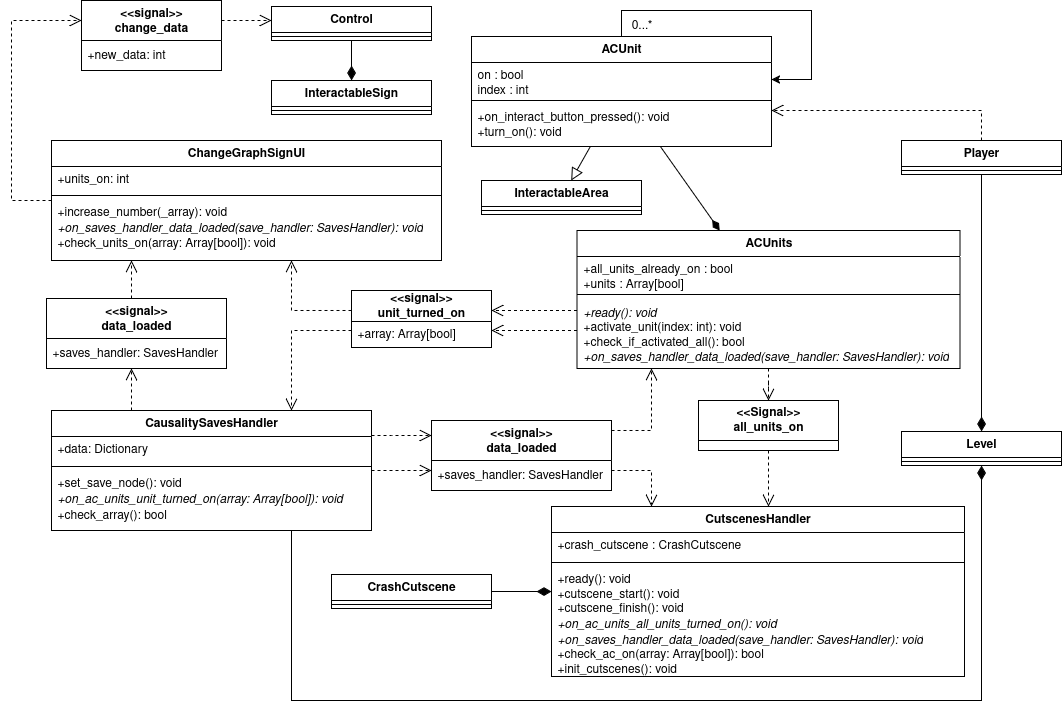
The draw.io diagram Documentazione/source/imgs/class-causality_level.png in fliposab/ProgettoStage, before a commit. Source tidied: cells renumbered, new cells last; positions are measured from the earlier drawing's top-left corner, leaving out a move shared by most shapes.
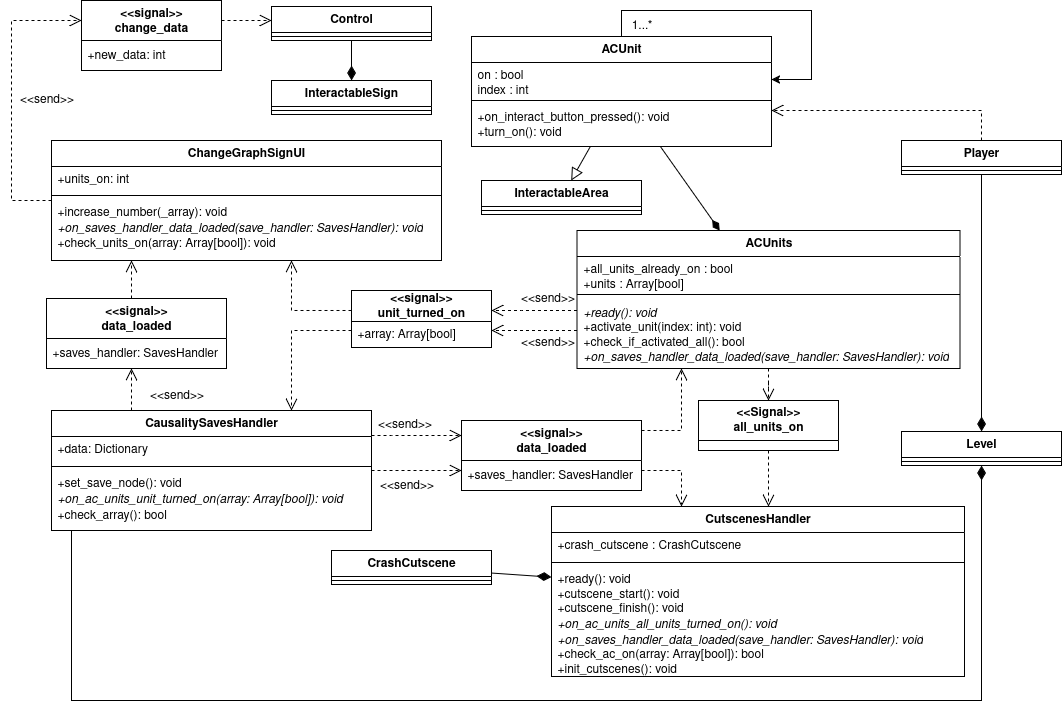
Later version of the same file.

What changed in the source:
```diff
@@ -99,7 +99,7 @@
     <mxCell id="27" style="edgeStyle=orthogonalEdgeStyle;rounded=0;jettySize=auto;html=1;dashed=1;endArrow=open;endFill=0;endSize=10;" parent="1" edge="1" source="59" target="5">
       <mxGeometry relative="1" as="geometry">
         <Array as="points">
-          <mxPoint x="640" y="430" />
+          <mxPoint x="670" y="430" />
         </Array>
       </mxGeometry>
     </mxCell>
@@ -156,14 +156,13 @@
     <mxCell id="40" style="rounded=0;jettySize=auto;html=1;endArrow=diamondThin;endFill=1;endSize=12;edgeStyle=orthogonalEdgeStyle;" parent="1" edge="1" source="30" target="38">
       <mxGeometry relative="1" as="geometry">
         <Array as="points">
-          <mxPoint x="280" y="463" />
-          <mxPoint x="280" y="700" />
+          <mxPoint x="60" y="700" />
           <mxPoint x="970" y="700" />
         </Array>
       </mxGeometry>
     </mxCell>
     <mxCell id="41" value="CrashCutscene" style="swimlane;fontStyle=1;align=center;verticalAlign=top;horizontal=1;startSize=26;whiteSpace=wrap;html=1;" parent="1" vertex="1">
-      <mxGeometry x="320" y="574" width="160" height="34" as="geometry" />
+      <mxGeometry x="320" y="550" width="160" height="34" as="geometry" />
     </mxCell>
     <mxCell id="42" style="line;strokeWidth=1;fillColor=none;align=left;verticalAlign=middle;spacingTop=-1;spacingLeft=3;spacingRight=3;labelPosition=right;strokeColor=inherit;" parent="41" vertex="1">
       <mxGeometry y="26" width="160" height="8" as="geometry" />
@@ -183,7 +182,7 @@
     <mxCell id="47" value="+increase_number(_array): void&lt;br&gt;&lt;i&gt;+on_saves_handler_data_loaded(save_handler: SavesHandler): void&lt;/i&gt;&lt;br&gt;+check_units_on(array: Array[bool]): void" style="text;strokeColor=none;fillColor=none;align=left;verticalAlign=top;spacingLeft=4;spacingRight=4;overflow=hidden;whiteSpace=wrap;html=1;" parent="44" vertex="1">
       <mxGeometry y="59" width="390" height="61" as="geometry" />
     </mxCell>
-    <mxCell id="48" value="0...*" style="text;html=1;align=center;verticalAlign=middle;strokeColor=none;fillColor=none;" parent="1" vertex="1">
+    <mxCell id="48" value="1...*" style="text;html=1;align=center;verticalAlign=middle;strokeColor=none;fillColor=none;" parent="1" vertex="1">
       <mxGeometry x="610" y="10" width="40" height="30" as="geometry" />
     </mxCell>
     <mxCell id="49" style="edgeStyle=orthogonalEdgeStyle;rounded=0;jettySize=auto;html=1;dashed=1;endArrow=open;endFill=0;endSize=10;" parent="1" edge="1" source="44" target="50">
@@ -237,7 +236,7 @@
       </mxGeometry>
     </mxCell>
     <mxCell id="59" value="&lt;div&gt;&lt;b&gt;&amp;lt;&amp;lt;signal&amp;gt;&amp;gt;&lt;/b&gt;&lt;/div&gt;&lt;div&gt;&lt;b&gt;data_loaded&lt;/b&gt;&lt;/div&gt;" style="swimlane;fontStyle=0;align=center;verticalAlign=top;horizontal=1;startSize=40;html=1;whiteSpace=wrap;" parent="1" vertex="1">
-      <mxGeometry x="420" y="420" width="180" height="70" as="geometry" />
+      <mxGeometry x="450" y="420" width="180" height="70" as="geometry" />
     </mxCell>
     <mxCell id="60" value="+saves_handler: SavesHandler" style="text;html=1;strokeColor=none;fillColor=none;align=left;verticalAlign=middle;spacingLeft=4;spacingRight=4;overflow=hidden;whiteSpace=wrap;" parent="59" vertex="1">
       <mxGeometry y="40" width="180" height="30" as="geometry" />
@@ -245,7 +244,7 @@
     <mxCell id="61" style="edgeStyle=orthogonalEdgeStyle;rounded=0;jettySize=auto;html=1;dashed=1;endArrow=open;endFill=0;endSize=10;" parent="1" edge="1" source="59" target="18">
       <mxGeometry relative="1" as="geometry">
         <Array as="points">
-          <mxPoint x="640" y="470" />
+          <mxPoint x="670" y="470" />
         </Array>
       </mxGeometry>
     </mxCell>
@@ -271,5 +270,23 @@
         </Array>
       </mxGeometry>
     </mxCell>
+    <mxCell id="66" value="&amp;lt;&amp;lt;send&amp;gt;&amp;gt;" style="text;html=1;align=center;verticalAlign=middle;strokeColor=none;fillColor=none;" parent="1" vertex="1">
+      <mxGeometry x="496" y="283" width="80" height="30" as="geometry" />
+    </mxCell>
+    <mxCell id="67" value="&amp;lt;&amp;lt;send&amp;gt;&amp;gt;" style="text;html=1;align=center;verticalAlign=middle;strokeColor=none;fillColor=none;" parent="1" vertex="1">
+      <mxGeometry x="496" y="327" width="80" height="30" as="geometry" />
+    </mxCell>
+    <mxCell id="68" value="&amp;lt;&amp;lt;send&amp;gt;&amp;gt;" style="text;html=1;align=center;verticalAlign=middle;strokeColor=none;fillColor=none;" parent="1" vertex="1">
+      <mxGeometry x="353" y="409" width="80" height="30" as="geometry" />
+    </mxCell>
+    <mxCell id="69" value="&amp;lt;&amp;lt;send&amp;gt;&amp;gt;" style="text;html=1;align=center;verticalAlign=middle;strokeColor=none;fillColor=none;" parent="1" vertex="1">
+      <mxGeometry x="355" y="470" width="80" height="30" as="geometry" />
+    </mxCell>
+    <mxCell id="70" value="&amp;lt;&amp;lt;send&amp;gt;&amp;gt;" style="text;html=1;align=center;verticalAlign=middle;strokeColor=none;fillColor=none;" parent="1" vertex="1">
+      <mxGeometry x="125" y="380" width="80" height="30" as="geometry" />
+    </mxCell>
+    <mxCell id="71" value="&amp;lt;&amp;lt;send&amp;gt;&amp;gt;" style="text;html=1;align=center;verticalAlign=middle;strokeColor=none;fillColor=none;" parent="1" vertex="1">
+      <mxGeometry x="-5" y="84" width="80" height="30" as="geometry" />
+    </mxCell>
   </root>
 </mxGraphModel>
```
